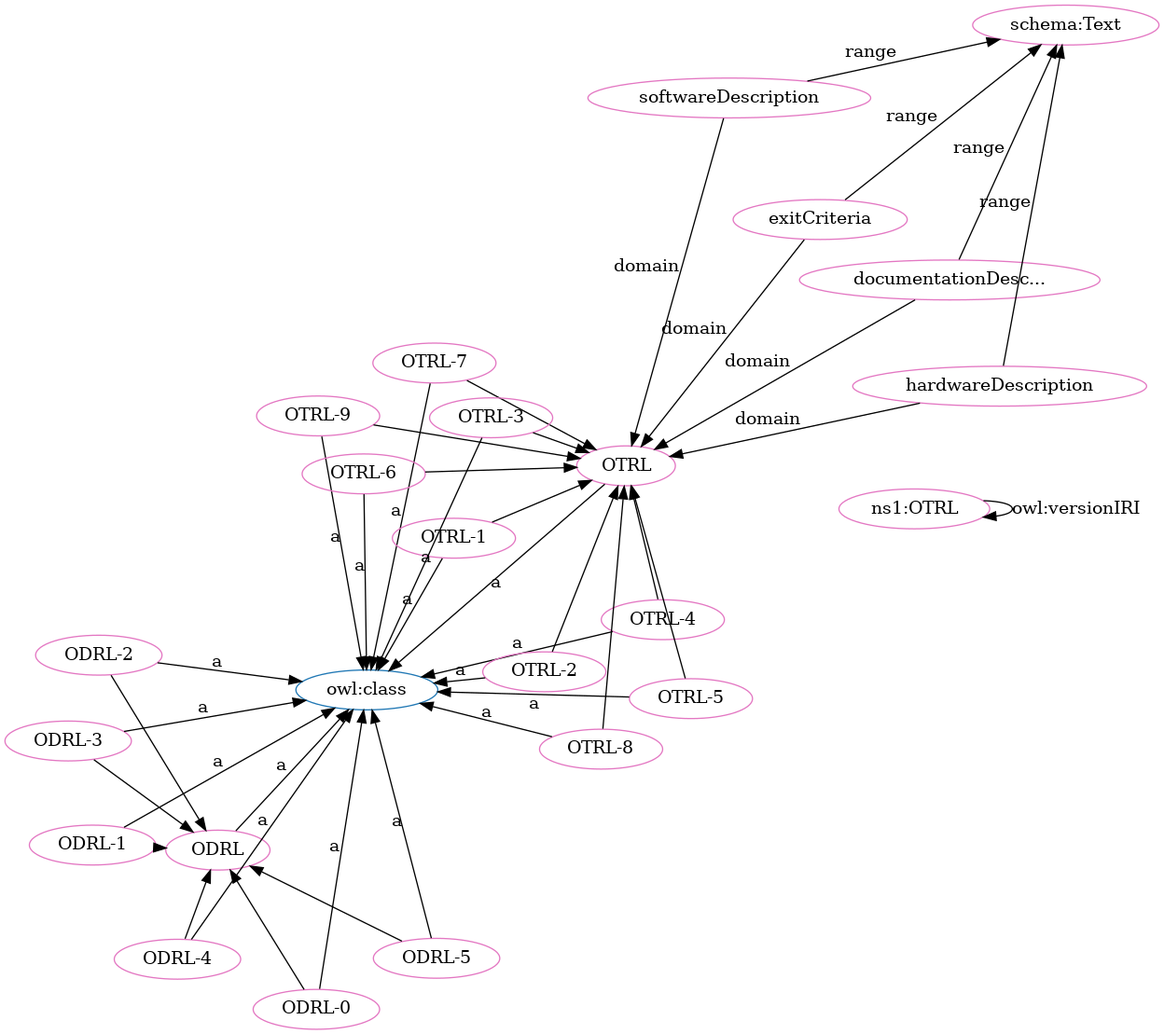
Above: OTRL-clean.png in OPEN-NEXT/OKH-LOSH (Graphviz), before the change. Its source is kept beside it as OTRL-clean.dot.
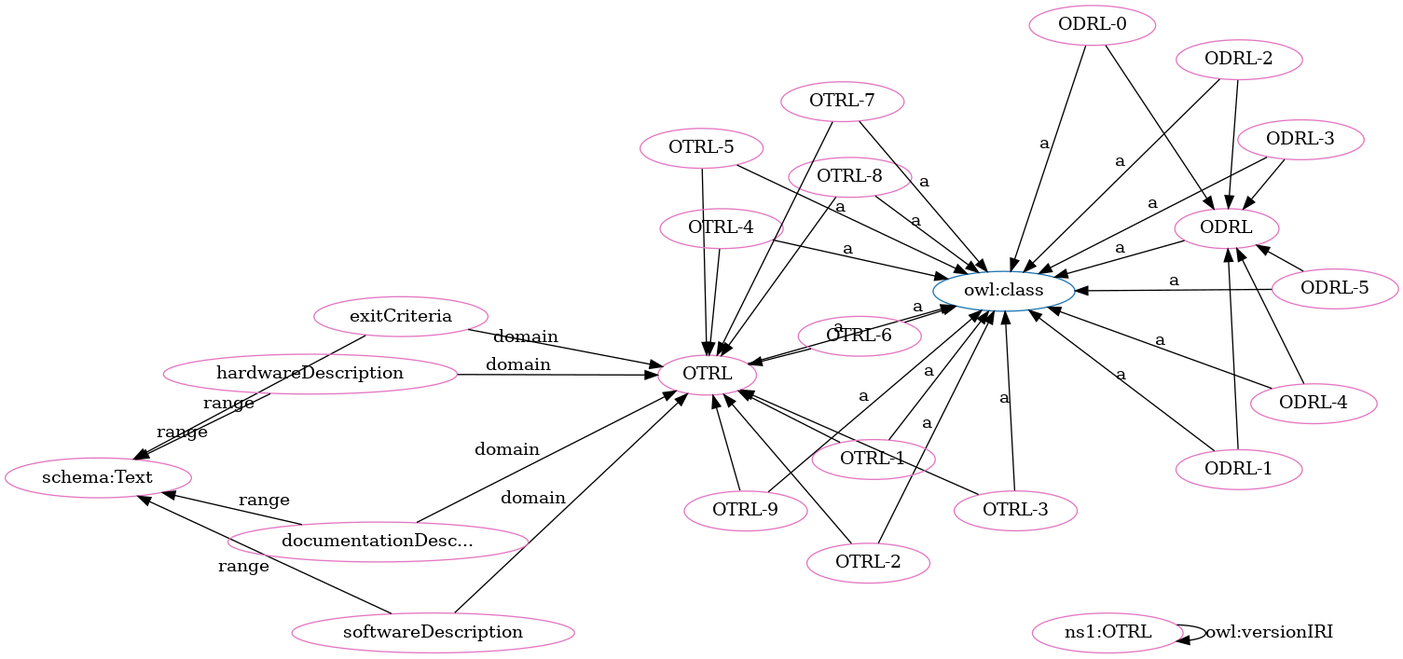
After the commit.

The edit, as a diff of the source:
```diff
@@ -1,71 +1,71 @@
 digraph G {
   rankdir=BT
   node[height=.3]
+"http://purl.org/oseg/ontologies/OTRL#OTRL" [fillcolor="#1f77b4" color="#1f77b4" label="OTRL"]
 "http://purl.org/oseg/ontologies/OTRL#ODRL" [fillcolor="#1f77b4" color="#1f77b4" label="ODRL"]
-"http://purl.org/oseg/ontologies/OTRL#OTRL" [fillcolor="#1f77b4" color="#1f77b4" label="OTRL"]
 "http://www.w3.org/2002/07/owl#class" [fillcolor="#1f77b4" color="#1f77b4" label="owl:class"]
 "http://schema.org/Text" [fillcolor="#e377c2" color="#e377c2" label="schema:Text"]
+"http://purl.org/oseg/ontologies/OTRL" [fillcolor="#e377c2" color="#e377c2" label="ns1:OTRL"]
+"http://purl.org/oseg/ontologies/OTRL#OTRL-2" [fillcolor="#e377c2" color="#e377c2" label="OTRL-2"]
+"http://purl.org/oseg/ontologies/OTRL#ODRL-2" [fillcolor="#e377c2" color="#e377c2" label="ODRL-2"]
+"http://purl.org/oseg/ontologies/OTRL#ODRL" [fillcolor="#e377c2" color="#e377c2" label="ODRL"]
 "http://purl.org/oseg/ontologies/OTRL#OTRL" [fillcolor="#e377c2" color="#e377c2" label="OTRL"]
-"http://purl.org/oseg/ontologies/OTRL#OTRL-4" [fillcolor="#e377c2" color="#e377c2" label="OTRL-4"]
-"http://purl.org/oseg/ontologies/OTRL" [fillcolor="#e377c2" color="#e377c2" label="ns1:OTRL"]
+"http://purl.org/oseg/ontologies/OTRL#exitCriteria" [fillcolor="#e377c2" color="#e377c2" label="exitCriteria"]
+"http://purl.org/oseg/ontologies/OTRL#softwareDescription" [fillcolor="#e377c2" color="#e377c2" label="softwareDescription"]
+"http://purl.org/oseg/ontologies/OTRL#documentationDescription" [fillcolor="#e377c2" color="#e377c2" label="documentationDesc..."]
+"http://purl.org/oseg/ontologies/OTRL#OTRL-3" [fillcolor="#e377c2" color="#e377c2" label="OTRL-3"]
+"http://purl.org/oseg/ontologies/OTRL#ODRL-5" [fillcolor="#e377c2" color="#e377c2" label="ODRL-5"]
 "http://purl.org/oseg/ontologies/OTRL#OTRL-8" [fillcolor="#e377c2" color="#e377c2" label="OTRL-8"]
-"http://purl.org/oseg/ontologies/OTRL#ODRL" [fillcolor="#e377c2" color="#e377c2" label="ODRL"]
-"http://purl.org/oseg/ontologies/OTRL#ODRL-4" [fillcolor="#e377c2" color="#e377c2" label="ODRL-4"]
-"http://purl.org/oseg/ontologies/OTRL#ODRL-0" [fillcolor="#e377c2" color="#e377c2" label="ODRL-0"]
-"http://purl.org/oseg/ontologies/OTRL#OTRL-9" [fillcolor="#e377c2" color="#e377c2" label="OTRL-9"]
-"http://purl.org/oseg/ontologies/OTRL#OTRL-7" [fillcolor="#e377c2" color="#e377c2" label="OTRL-7"]
-"http://purl.org/oseg/ontologies/OTRL#ODRL-5" [fillcolor="#e377c2" color="#e377c2" label="ODRL-5"]
 "http://purl.org/oseg/ontologies/OTRL#OTRL-1" [fillcolor="#e377c2" color="#e377c2" label="OTRL-1"]
-"http://purl.org/oseg/ontologies/OTRL#ODRL-3" [fillcolor="#e377c2" color="#e377c2" label="ODRL-3"]
-"http://purl.org/oseg/ontologies/OTRL#documentationDescription" [fillcolor="#e377c2" color="#e377c2" label="documentationDesc..."]
-"http://purl.org/oseg/ontologies/OTRL#exitCriteria" [fillcolor="#e377c2" color="#e377c2" label="exitCriteria"]
+"http://purl.org/oseg/ontologies/OTRL#OTRL-6" [fillcolor="#e377c2" color="#e377c2" label="OTRL-6"]
 "http://purl.org/oseg/ontologies/OTRL#OTRL-5" [fillcolor="#e377c2" color="#e377c2" label="OTRL-5"]
 "http://purl.org/oseg/ontologies/OTRL#hardwareDescription" [fillcolor="#e377c2" color="#e377c2" label="hardwareDescription"]
-"http://purl.org/oseg/ontologies/OTRL#softwareDescription" [fillcolor="#e377c2" color="#e377c2" label="softwareDescription"]
+"http://purl.org/oseg/ontologies/OTRL#OTRL-9" [fillcolor="#e377c2" color="#e377c2" label="OTRL-9"]
+"http://purl.org/oseg/ontologies/OTRL#ODRL-0" [fillcolor="#e377c2" color="#e377c2" label="ODRL-0"]
 "http://purl.org/oseg/ontologies/OTRL#ODRL-1" [fillcolor="#e377c2" color="#e377c2" label="ODRL-1"]
-"http://purl.org/oseg/ontologies/OTRL#OTRL-6" [fillcolor="#e377c2" color="#e377c2" label="OTRL-6"]
-"http://purl.org/oseg/ontologies/OTRL#OTRL-3" [fillcolor="#e377c2" color="#e377c2" label="OTRL-3"]
-"http://purl.org/oseg/ontologies/OTRL#OTRL-2" [fillcolor="#e377c2" color="#e377c2" label="OTRL-2"]
-"http://purl.org/oseg/ontologies/OTRL#ODRL-2" [fillcolor="#e377c2" color="#e377c2" label="ODRL-2"]
+"http://purl.org/oseg/ontologies/OTRL#OTRL-4" [fillcolor="#e377c2" color="#e377c2" label="OTRL-4"]
+"http://purl.org/oseg/ontologies/OTRL#ODRL-3" [fillcolor="#e377c2" color="#e377c2" label="ODRL-3"]
+"http://purl.org/oseg/ontologies/OTRL#ODRL-4" [fillcolor="#e377c2" color="#e377c2" label="ODRL-4"]
+"http://purl.org/oseg/ontologies/OTRL#OTRL-7" [fillcolor="#e377c2" color="#e377c2" label="OTRL-7"]
+  "http://purl.org/oseg/ontologies/OTRL#OTRL-2" -> "http://www.w3.org/2002/07/owl#class" [label="a"]
+  "http://purl.org/oseg/ontologies/OTRL#ODRL" -> "http://www.w3.org/2002/07/owl#class" [label="a"]
+  "http://purl.org/oseg/ontologies/OTRL#OTRL-2" -> "http://purl.org/oseg/ontologies/OTRL#OTRL" [label=""]
+  "http://purl.org/oseg/ontologies/OTRL#ODRL-4" -> "http://purl.org/oseg/ontologies/OTRL#ODRL" [label=""]
+  "http://purl.org/oseg/ontologies/OTRL#ODRL-5" -> "http://purl.org/oseg/ontologies/OTRL#ODRL" [label=""]
+  "http://purl.org/oseg/ontologies/OTRL#OTRL-7" -> "http://purl.org/oseg/ontologies/OTRL#OTRL" [label=""]
+  "http://purl.org/oseg/ontologies/OTRL#OTRL-1" -> "http://www.w3.org/2002/07/owl#class" [label="a"]
+  "http://purl.org/oseg/ontologies/OTRL#ODRL-2" -> "http://purl.org/oseg/ontologies/OTRL#ODRL" [label=""]
+  "http://purl.org/oseg/ontologies/OTRL#OTRL-1" -> "http://purl.org/oseg/ontologies/OTRL#OTRL" [label=""]
+  "http://purl.org/oseg/ontologies/OTRL#ODRL-0" -> "http://purl.org/oseg/ontologies/OTRL#ODRL" [label=""]
+  "http://purl.org/oseg/ontologies/OTRL#OTRL" -> "http://www.w3.org/2002/07/owl#class" [label="a"]
+  "http://purl.org/oseg/ontologies/OTRL#OTRL-3" -> "http://purl.org/oseg/ontologies/OTRL#OTRL" [label=""]
+  "http://purl.org/oseg/ontologies/OTRL#ODRL-1" -> "http://www.w3.org/2002/07/owl#class" [label="a"]
+  "http://purl.org/oseg/ontologies/OTRL#OTRL-4" -> "http://www.w3.org/2002/07/owl#class" [label="a"]
+  "http://purl.org/oseg/ontologies/OTRL#ODRL-3" -> "http://www.w3.org/2002/07/owl#class" [label="a"]
+  "http://purl.org/oseg/ontologies/OTRL#OTRL-4" -> "http://purl.org/oseg/ontologies/OTRL#OTRL" [label=""]
+  "http://purl.org/oseg/ontologies/OTRL#exitCriteria" -> "http://purl.org/oseg/ontologies/OTRL#OTRL" [label="domain"]
+  "http://purl.org/oseg/ontologies/OTRL#hardwareDescription" -> "http://purl.org/oseg/ontologies/OTRL#OTRL" [label="domain"]
+  "http://purl.org/oseg/ontologies/OTRL#documentationDescription" -> "http://purl.org/oseg/ontologies/OTRL#OTRL" [label="domain"]
+  "http://purl.org/oseg/ontologies/OTRL#OTRL-8" -> "http://purl.org/oseg/ontologies/OTRL#OTRL" [label=""]
+  "http://purl.org/oseg/ontologies/OTRL#documentationDescription" -> "http://schema.org/Text" [label="range"]
+  "http://purl.org/oseg/ontologies/OTRL" -> "http://purl.org/oseg/ontologies/OTRL" [label="owl:versionIRI"]
+  "http://purl.org/oseg/ontologies/OTRL#ODRL-2" -> "http://www.w3.org/2002/07/owl#class" [label="a"]
+  "http://purl.org/oseg/ontologies/OTRL#OTRL-5" -> "http://purl.org/oseg/ontologies/OTRL#OTRL" [label=""]
+  "http://purl.org/oseg/ontologies/OTRL#ODRL-3" -> "http://purl.org/oseg/ontologies/OTRL#ODRL" [label=""]
+  "http://purl.org/oseg/ontologies/OTRL#OTRL-3" -> "http://www.w3.org/2002/07/owl#class" [label="a"]
+  "http://purl.org/oseg/ontologies/OTRL#hardwareDescription" -> "http://schema.org/Text" [label="range"]
+  "http://purl.org/oseg/ontologies/OTRL#softwareDescription" -> "http://purl.org/oseg/ontologies/OTRL#OTRL" [label="domain"]
+  "http://purl.org/oseg/ontologies/OTRL#ODRL-5" -> "http://www.w3.org/2002/07/owl#class" [label="a"]
+  "http://purl.org/oseg/ontologies/OTRL#exitCriteria" -> "http://schema.org/Text" [label="range"]
+  "http://purl.org/oseg/ontologies/OTRL#OTRL-8" -> "http://www.w3.org/2002/07/owl#class" [label="a"]
+  "http://purl.org/oseg/ontologies/OTRL#OTRL-6" -> "http://www.w3.org/2002/07/owl#class" [label="a"]
+  "http://purl.org/oseg/ontologies/OTRL#OTRL-5" -> "http://www.w3.org/2002/07/owl#class" [label="a"]
+  "http://purl.org/oseg/ontologies/OTRL#ODRL-1" -> "http://purl.org/oseg/ontologies/OTRL#ODRL" [label=""]
+  "http://purl.org/oseg/ontologies/OTRL#OTRL-6" -> "http://purl.org/oseg/ontologies/OTRL#OTRL" [label=""]
+  "http://purl.org/oseg/ontologies/OTRL#OTRL-9" -> "http://www.w3.org/2002/07/owl#class" [label="a"]
+  "http://purl.org/oseg/ontologies/OTRL#ODRL-0" -> "http://www.w3.org/2002/07/owl#class" [label="a"]
+  "http://purl.org/oseg/ontologies/OTRL#OTRL-9" -> "http://purl.org/oseg/ontologies/OTRL#OTRL" [label=""]
+  "http://purl.org/oseg/ontologies/OTRL#ODRL-4" -> "http://www.w3.org/2002/07/owl#class" [label="a"]
+  "http://purl.org/oseg/ontologies/OTRL#OTRL-7" -> "http://www.w3.org/2002/07/owl#class" [label="a"]
   "http://purl.org/oseg/ontologies/OTRL#softwareDescription" -> "http://schema.org/Text" [label="range"]
-  "http://purl.org/oseg/ontologies/OTRL#OTRL-2" -> "http://purl.org/oseg/ontologies/OTRL#OTRL" [label=""]
-  "http://purl.org/oseg/ontologies/OTRL#exitCriteria" -> "http://purl.org/oseg/ontologies/OTRL#OTRL" [label="domain"]
-  "http://purl.org/oseg/ontologies/OTRL#OTRL-8" -> "http://www.w3.org/2002/07/owl#class" [label="a"]
-  "http://purl.org/oseg/ontologies/OTRL#ODRL-4" -> "http://purl.org/oseg/ontologies/OTRL#ODRL" [label=""]
-  "http://purl.org/oseg/ontologies/OTRL#OTRL-6" -> "http://purl.org/oseg/ontologies/OTRL#OTRL" [label=""]
-  "http://purl.org/oseg/ontologies/OTRL#ODRL-0" -> "http://www.w3.org/2002/07/owl#class" [label="a"]
-  "http://purl.org/oseg/ontologies/OTRL#ODRL-5" -> "http://www.w3.org/2002/07/owl#class" [label="a"]
-  "http://purl.org/oseg/ontologies/OTRL#OTRL-1" -> "http://www.w3.org/2002/07/owl#class" [label="a"]
-  "http://purl.org/oseg/ontologies/OTRL#OTRL-9" -> "http://purl.org/oseg/ontologies/OTRL#OTRL" [label=""]
-  "http://purl.org/oseg/ontologies/OTRL#documentationDescription" -> "http://purl.org/oseg/ontologies/OTRL#OTRL" [label="domain"]
-  "http://purl.org/oseg/ontologies/OTRL#OTRL-7" -> "http://purl.org/oseg/ontologies/OTRL#OTRL" [label=""]
-  "http://purl.org/oseg/ontologies/OTRL#OTRL-5" -> "http://www.w3.org/2002/07/owl#class" [label="a"]
-  "http://purl.org/oseg/ontologies/OTRL#ODRL-1" -> "http://www.w3.org/2002/07/owl#class" [label="a"]
-  "http://purl.org/oseg/ontologies/OTRL#ODRL-1" -> "http://purl.org/oseg/ontologies/OTRL#ODRL" [label=""]
-  "http://purl.org/oseg/ontologies/OTRL#ODRL" -> "http://www.w3.org/2002/07/owl#class" [label="a"]
-  "http://purl.org/oseg/ontologies/OTRL" -> "http://purl.org/oseg/ontologies/OTRL" [label="owl:versionIRI"]
-  "http://purl.org/oseg/ontologies/OTRL#OTRL-3" -> "http://www.w3.org/2002/07/owl#class" [label="a"]
-  "http://purl.org/oseg/ontologies/OTRL#OTRL-2" -> "http://www.w3.org/2002/07/owl#class" [label="a"]
-  "http://purl.org/oseg/ontologies/OTRL#OTRL-3" -> "http://purl.org/oseg/ontologies/OTRL#OTRL" [label=""]
-  "http://purl.org/oseg/ontologies/OTRL#ODRL-3" -> "http://purl.org/oseg/ontologies/OTRL#ODRL" [label=""]
-  "http://purl.org/oseg/ontologies/OTRL#documentationDescription" -> "http://schema.org/Text" [label="range"]
-  "http://purl.org/oseg/ontologies/OTRL#exitCriteria" -> "http://schema.org/Text" [label="range"]
-  "http://purl.org/oseg/ontologies/OTRL#hardwareDescription" -> "http://schema.org/Text" [label="range"]
-  "http://purl.org/oseg/ontologies/OTRL#OTRL-4" -> "http://www.w3.org/2002/07/owl#class" [label="a"]
-  "http://purl.org/oseg/ontologies/OTRL#OTRL-1" -> "http://purl.org/oseg/ontologies/OTRL#OTRL" [label=""]
-  "http://purl.org/oseg/ontologies/OTRL#OTRL-5" -> "http://purl.org/oseg/ontologies/OTRL#OTRL" [label=""]
-  "http://purl.org/oseg/ontologies/OTRL#ODRL-0" -> "http://purl.org/oseg/ontologies/OTRL#ODRL" [label=""]
-  "http://purl.org/oseg/ontologies/OTRL#ODRL-4" -> "http://www.w3.org/2002/07/owl#class" [label="a"]
-  "http://purl.org/oseg/ontologies/OTRL#OTRL-8" -> "http://purl.org/oseg/ontologies/OTRL#OTRL" [label=""]
-  "http://purl.org/oseg/ontologies/OTRL#OTRL-9" -> "http://www.w3.org/2002/07/owl#class" [label="a"]
-  "http://purl.org/oseg/ontologies/OTRL#OTRL-7" -> "http://www.w3.org/2002/07/owl#class" [label="a"]
-  "http://purl.org/oseg/ontologies/OTRL#ODRL-3" -> "http://www.w3.org/2002/07/owl#class" [label="a"]
-  "http://purl.org/oseg/ontologies/OTRL#hardwareDescription" -> "http://purl.org/oseg/ontologies/OTRL#OTRL" [label="domain"]
-  "http://purl.org/oseg/ontologies/OTRL#softwareDescription" -> "http://purl.org/oseg/ontologies/OTRL#OTRL" [label="domain"]
-  "http://purl.org/oseg/ontologies/OTRL#OTRL-4" -> "http://purl.org/oseg/ontologies/OTRL#OTRL" [label=""]
-  "http://purl.org/oseg/ontologies/OTRL#OTRL-6" -> "http://www.w3.org/2002/07/owl#class" [label="a"]
-  "http://purl.org/oseg/ontologies/OTRL#ODRL-5" -> "http://purl.org/oseg/ontologies/OTRL#ODRL" [label=""]
-  "http://purl.org/oseg/ontologies/OTRL#OTRL" -> "http://www.w3.org/2002/07/owl#class" [label="a"]
-  "http://purl.org/oseg/ontologies/OTRL#ODRL-2" -> "http://www.w3.org/2002/07/owl#class" [label="a"]
-  "http://purl.org/oseg/ontologies/OTRL#ODRL-2" -> "http://purl.org/oseg/ontologies/OTRL#ODRL" [label=""]
 }
```
